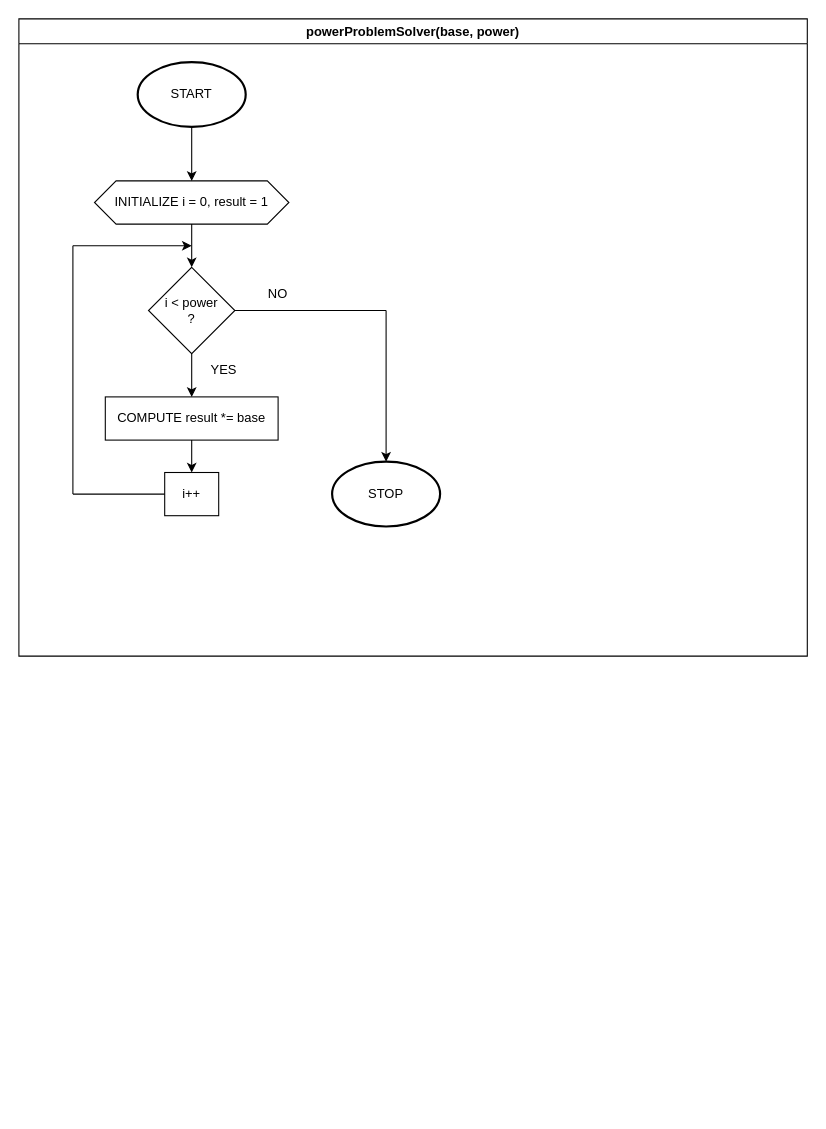
The draw.io diagram page "5.3" (3 of 3) of Lab Exercise 3.1/labE5.drawio in barrosaur/first-year-cpe-lab, before the edit. Source tidied: cells renumbered, new cells numbered last; positions are measured from the earlier drawing's top-left corner, leaving out a move shared by most shapes. Both pictures are drawn from the tidied source at 108%, with x=0, y=0 at pixel (18, 18).
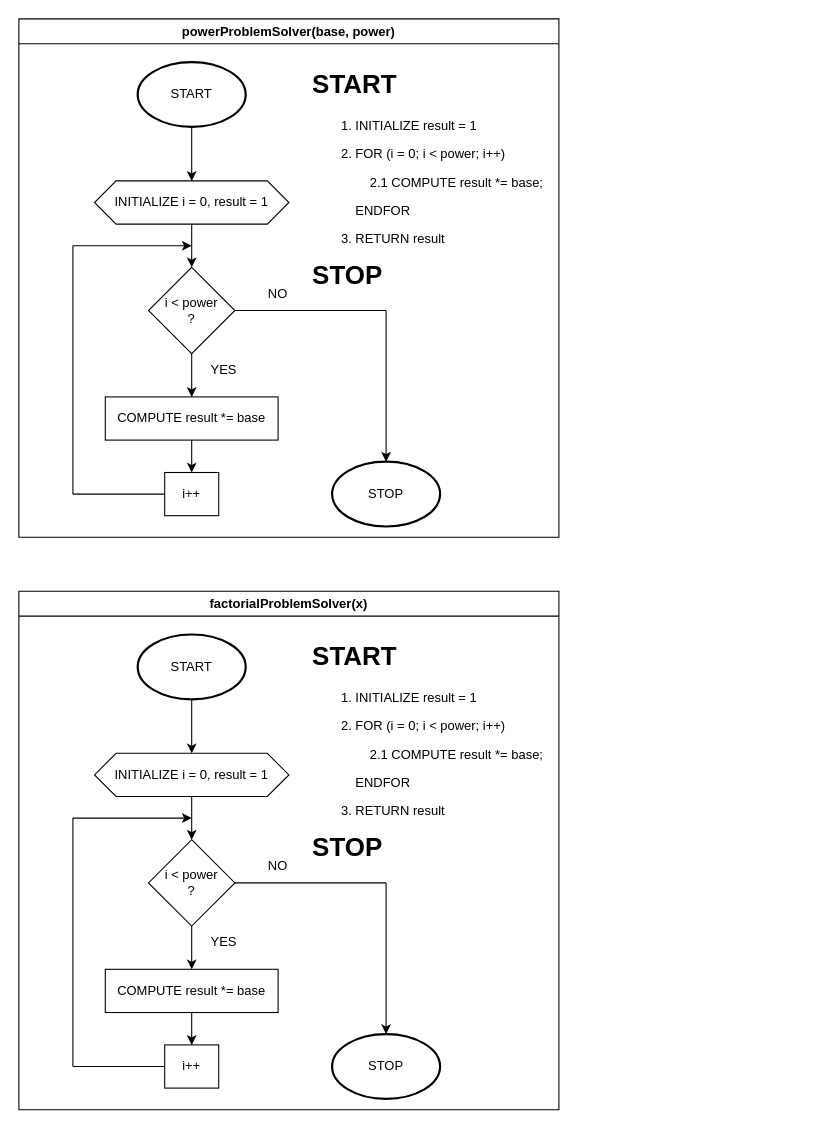
After the change.

Diff of the diagram source:
```diff
@@
     <mxCell id="2" value="powerProblemSolver(base, power)" style="swimlane;whiteSpace=wrap;html=1;" parent="1" vertex="1">
-      <mxGeometry width="730" height="590" as="geometry" />
+      <mxGeometry width="500" height="480" as="geometry" />
     </mxCell>
@@
+    <mxCell id="20" value="&lt;h1 style=&quot;margin-top: 0px;&quot;&gt;START&lt;/h1&gt;&lt;p&gt;&lt;span style=&quot;white-space: pre;&quot;&gt;&#9;&lt;/span&gt;1. INITIALIZE result = 1&lt;br&gt;&lt;/p&gt;&lt;p&gt;&lt;span style=&quot;white-space: pre;&quot;&gt;&#9;&lt;/span&gt;2. FOR (i = 0; i &amp;lt; power; i++)&lt;br&gt;&lt;/p&gt;&lt;p&gt;&lt;span style=&quot;white-space: pre;&quot;&gt;&#9;&lt;/span&gt;&lt;span style=&quot;white-space: pre;&quot;&gt;&#9;&lt;/span&gt;2.1 COMPUTE result *= base;&lt;br&gt;&lt;/p&gt;&lt;p&gt;&lt;span style=&quot;white-space: pre;&quot;&gt;&#9;&lt;/span&gt;&amp;nbsp; &amp;nbsp; ENDFOR&lt;br&gt;&lt;/p&gt;&lt;p&gt;&amp;nbsp; &amp;nbsp; &amp;nbsp; &amp;nbsp; 3. RETURN result&lt;/p&gt;&lt;h1 style=&quot;margin-top: 0px;&quot;&gt;STOP&lt;/h1&gt;" style="text;html=1;whiteSpace=wrap;overflow=hidden;rounded=0;" parent="2" vertex="1">
+      <mxGeometry x="270" y="40" width="250" height="220" as="geometry" />
+    </mxCell>
+    <mxCell id="21" value="factorialProblemSolver(x)" style="swimlane;whiteSpace=wrap;html=1;" parent="1" vertex="1">
+      <mxGeometry y="530" width="500" height="480" as="geometry" />
+    </mxCell>
+    <mxCell id="22" value="START" style="strokeWidth=2;html=1;shape=mxgraph.flowchart.start_1;whiteSpace=wrap;" parent="21" vertex="1">
+      <mxGeometry x="110" y="40" width="100" height="60" as="geometry" />
+    </mxCell>
+    <mxCell id="23" value="INITIALIZE i = 0, result = 1" style="shape=hexagon;perimeter=hexagonPerimeter2;whiteSpace=wrap;html=1;fixedSize=1;" parent="21" vertex="1">
+      <mxGeometry x="70" y="150" width="180" height="40" as="geometry" />
+    </mxCell>
+    <mxCell id="24" style="endArrow=classic;html=1;rounded=0;exitX=0.5;exitY=1;exitDx=0;exitDy=0;exitPerimeter=0;entryX=0.5;entryY=0;entryDx=0;entryDy=0;" parent="21" edge="1" source="22" target="23">
+      <mxGeometry relative="1" as="geometry" />
+    </mxCell>
+    <mxCell id="25" value="i &amp;lt; power&lt;div&gt;?&lt;/div&gt;" style="rhombus;whiteSpace=wrap;html=1;" parent="21" vertex="1">
+      <mxGeometry x="120" y="230" width="80" height="80" as="geometry" />
+    </mxCell>
+    <mxCell id="26" style="endArrow=classic;html=1;rounded=0;exitX=0.5;exitY=1;exitDx=0;exitDy=0;entryX=0.5;entryY=0;entryDx=0;entryDy=0;" parent="21" edge="1" source="23" target="25">
+      <mxGeometry relative="1" as="geometry" />
+    </mxCell>
+    <mxCell id="27" value="COMPUTE result *= base" style="rounded=0;whiteSpace=wrap;html=1;" parent="21" vertex="1">
+      <mxGeometry x="80" y="350" width="160" height="40" as="geometry" />
+    </mxCell>
+    <mxCell id="28" style="endArrow=classic;html=1;rounded=0;exitX=0.5;exitY=1;exitDx=0;exitDy=0;entryX=0.5;entryY=0;entryDx=0;entryDy=0;" parent="21" edge="1" source="25" target="27">
+      <mxGeometry relative="1" as="geometry" />
+    </mxCell>
+    <mxCell id="29" value="i++" style="rounded=0;whiteSpace=wrap;html=1;" parent="21" vertex="1">
+      <mxGeometry x="135" y="420" width="50" height="40" as="geometry" />
+    </mxCell>
+    <mxCell id="30" style="endArrow=classic;html=1;rounded=0;exitX=0.5;exitY=1;exitDx=0;exitDy=0;entryX=0.5;entryY=0;entryDx=0;entryDy=0;" parent="21" edge="1" source="27" target="29">
+      <mxGeometry relative="1" as="geometry" />
+    </mxCell>
+    <mxCell id="31" value="YES" style="text;html=1;align=center;verticalAlign=middle;whiteSpace=wrap;rounded=0;" parent="21" vertex="1">
+      <mxGeometry x="160" y="310" width="60" height="30" as="geometry" />
+    </mxCell>
+    <mxCell id="32" style="endArrow=classic;html=1;rounded=0;" parent="21" edge="1">
+      <mxGeometry relative="1" as="geometry">
+        <mxPoint x="50" y="210" as="sourcePoint" />
+        <mxPoint x="160" y="210" as="targetPoint" />
+      </mxGeometry>
+    </mxCell>
+    <mxCell id="33" style="endArrow=none;html=1;rounded=0;" parent="21" edge="1">
+      <mxGeometry relative="1" as="geometry">
+        <mxPoint x="50" y="440" as="sourcePoint" />
+        <mxPoint x="50" y="210" as="targetPoint" />
+      </mxGeometry>
+    </mxCell>
+    <mxCell id="34" value="STOP" style="strokeWidth=2;html=1;shape=mxgraph.flowchart.start_1;whiteSpace=wrap;" parent="21" vertex="1">
+      <mxGeometry x="290" y="410" width="100" height="60" as="geometry" />
+    </mxCell>
+    <mxCell id="35" value="NO" style="text;html=1;align=center;verticalAlign=middle;whiteSpace=wrap;rounded=0;" parent="21" vertex="1">
+      <mxGeometry x="210" y="240" width="60" height="30" as="geometry" />
+    </mxCell>
+    <mxCell id="36" style="endArrow=none;html=1;rounded=0;entryX=0;entryY=0.5;entryDx=0;entryDy=0;" parent="21" edge="1" target="29">
+      <mxGeometry relative="1" as="geometry">
+        <mxPoint x="50" y="440" as="sourcePoint" />
+      </mxGeometry>
+    </mxCell>
+    <mxCell id="37" style="endArrow=none;html=1;rounded=0;exitX=1;exitY=0.5;exitDx=0;exitDy=0;" parent="21" edge="1" source="25">
+      <mxGeometry relative="1" as="geometry">
+        <mxPoint x="340" y="270" as="targetPoint" />
+      </mxGeometry>
+    </mxCell>
+    <mxCell id="38" style="endArrow=classic;html=1;rounded=0;entryX=0.5;entryY=0;entryDx=0;entryDy=0;entryPerimeter=0;" parent="21" edge="1" target="34">
+      <mxGeometry relative="1" as="geometry">
+        <mxPoint x="340" y="270" as="sourcePoint" />
+      </mxGeometry>
+    </mxCell>
+    <mxCell id="39" value="&lt;h1 style=&quot;margin-top: 0px;&quot;&gt;START&lt;/h1&gt;&lt;p&gt;&lt;span style=&quot;white-space: pre;&quot;&gt;&#9;&lt;/span&gt;1. INITIALIZE result = 1&lt;br&gt;&lt;/p&gt;&lt;p&gt;&lt;span style=&quot;white-space: pre;&quot;&gt;&#9;&lt;/span&gt;2. FOR (i = 0; i &amp;lt; power; i++)&lt;br&gt;&lt;/p&gt;&lt;p&gt;&lt;span style=&quot;white-space: pre;&quot;&gt;&#9;&lt;/span&gt;&lt;span style=&quot;white-space: pre;&quot;&gt;&#9;&lt;/span&gt;2.1 COMPUTE result *= base;&lt;br&gt;&lt;/p&gt;&lt;p&gt;&lt;span style=&quot;white-space: pre;&quot;&gt;&#9;&lt;/span&gt;&amp;nbsp; &amp;nbsp; ENDFOR&lt;br&gt;&lt;/p&gt;&lt;p&gt;&amp;nbsp; &amp;nbsp; &amp;nbsp; &amp;nbsp; 3. RETURN result&lt;/p&gt;&lt;h1 style=&quot;margin-top: 0px;&quot;&gt;STOP&lt;/h1&gt;" style="text;html=1;whiteSpace=wrap;overflow=hidden;rounded=0;" parent="21" vertex="1">
+      <mxGeometry x="270" y="40" width="250" height="220" as="geometry" />
+    </mxCell>
```
